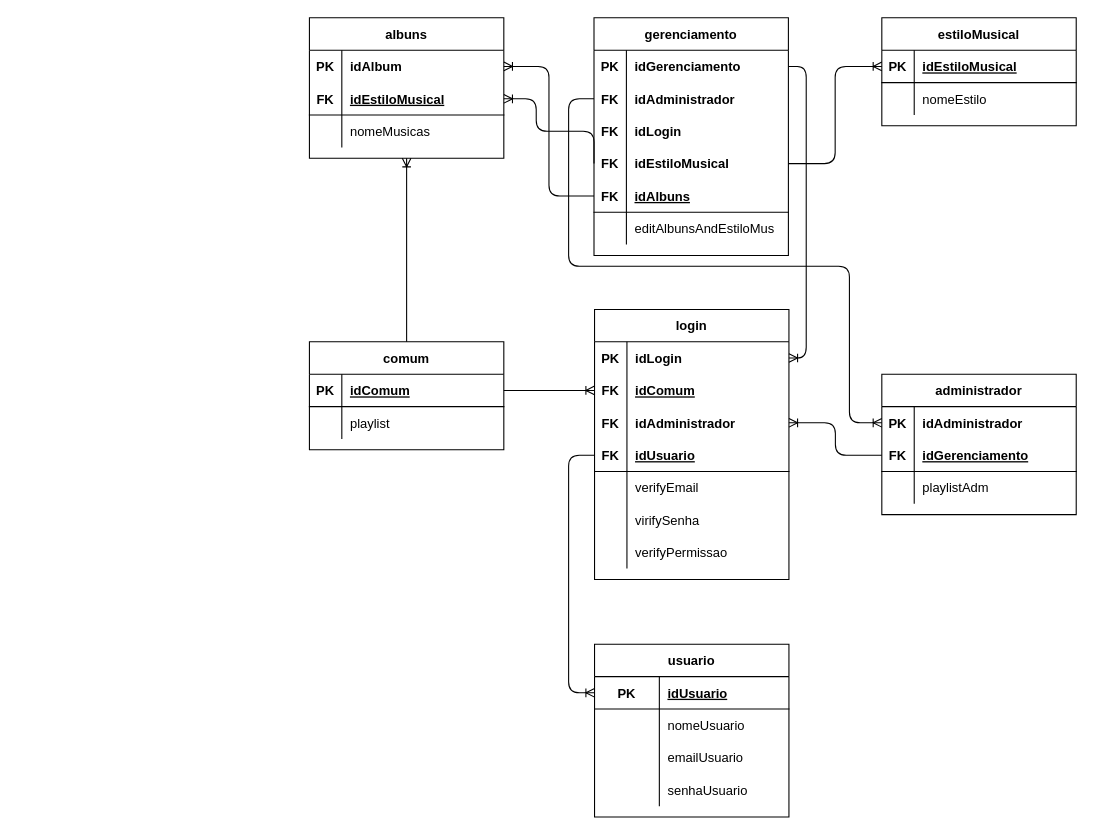
This is Exercícios-aula3/1.4-exercicio-optus/1.4-exercicio-optus-conceitual.drawio from Samel-OP/Senai_Sprint1_BD, a draw.io file, before an edit. Source tidied: cells renumbered, new cells numbered last; positions are measured from the earlier drawing's top-left corner, leaving out a move shared by most shapes. Both pictures are drawn from the tidied source at 108%, with x=0, y=0 at pixel (309, 17).
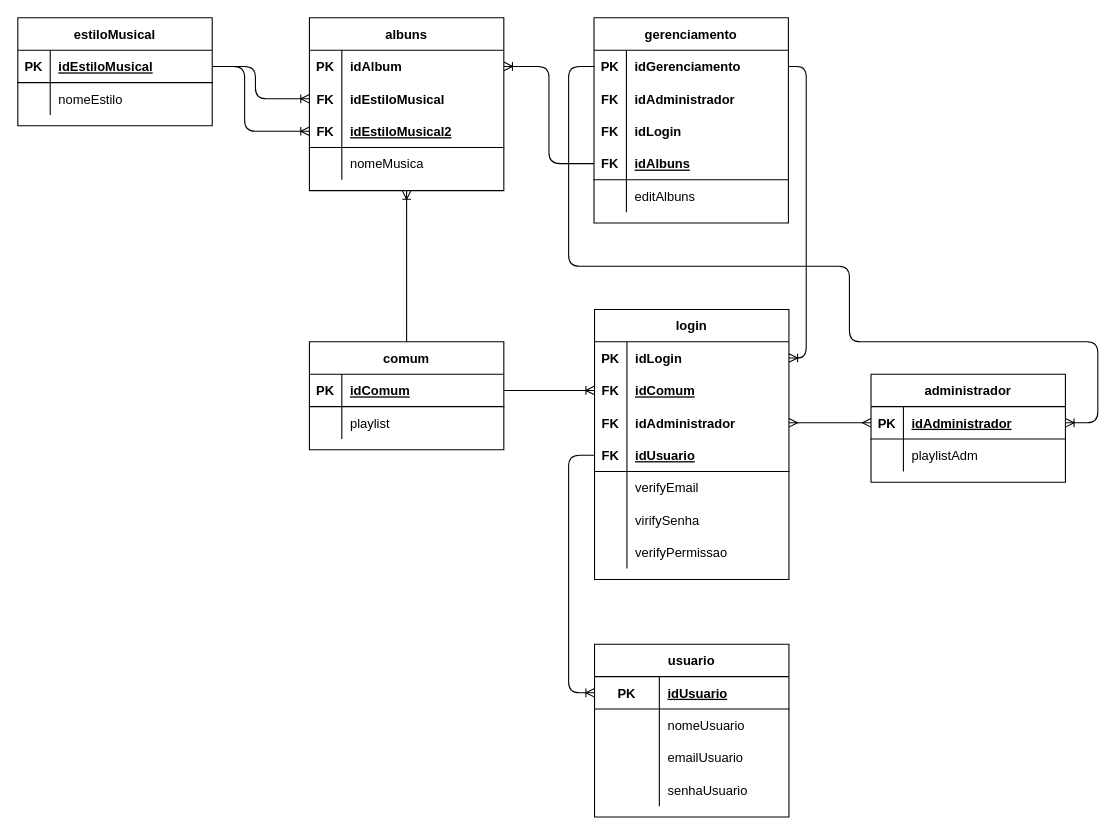
The same diagram, later.

Unchanged cells that the change refers to:
```xml
<mxCell id="13" style="shape=partialRectangle;fillColor=none;top=0;left=0;bottom=1;right=0;points=[[0,0.5],[1,0.5]];portConstraint=eastwest;" parent="12" vertex="1">
  <mxGeometry y="30" width="180" height="30" as="geometry" />
</mxCell>
<mxCell id="26" style="shape=partialRectangle;fillColor=none;top=0;left=0;bottom=0;right=0;points=[[0,0.5],[1,0.5]];portConstraint=eastwest;" parent="19" vertex="1">
  <mxGeometry y="90" width="180" height="30" as="geometry" />
</mxCell>
<mxCell id="75" style="shape=partialRectangle;fillColor=none;top=0;left=0;bottom=0;right=0;points=[[0,0.5],[1,0.5]];portConstraint=eastwest;" parent="71" vertex="1">
  <mxGeometry y="60" width="180" height="30" as="geometry" />
</mxCell>
```

Change to the diagram source:
```diff
@@
     <mxCell id="2" value="albuns" style="shape=table;startSize=30;childLayout=tableLayout;rowLines=0;fontStyle=1;align=center;" parent="1" vertex="1">
-      <mxGeometry width="180" height="130" as="geometry" />
+      <mxGeometry width="180" height="160" as="geometry" />
     </mxCell>
@@
+    <mxCell id="99" style="shape=partialRectangle;fillColor=none;top=0;left=0;bottom=0;right=0;points=[[0,0.5],[1,0.5]];portConstraint=eastwest;" parent="2" vertex="1">
+      <mxGeometry y="60" width="180" height="30" as="geometry" />
+    </mxCell>
+    <mxCell id="82" value="FK" style="shape=partialRectangle;fillColor=none;top=0;left=0;bottom=0;right=0;fontStyle=1;overflow=hidden;" parent="99" vertex="1">
+      <mxGeometry width="30" height="30" as="geometry" />
+    </mxCell>
+    <mxCell id="83" value="idEstiloMusical" style="shape=partialRectangle;fillColor=none;top=0;left=0;bottom=0;right=0;align=left;spacingLeft=6;fontStyle=1;overflow=hidden;" parent="99" vertex="1">
+      <mxGeometry x="30" width="150" height="30" as="geometry" />
+    </mxCell>
     <mxCell id="6" style="shape=partialRectangle;fillColor=none;top=0;left=0;bottom=1;right=0;points=[[0,0.5],[1,0.5]];portConstraint=eastwest;" parent="2" vertex="1">
-      <mxGeometry y="60" width="180" height="30" as="geometry" />
+      <mxGeometry y="90" width="180" height="30" as="geometry" />
     </mxCell>
@@
-    <mxCell id="8" value="idEstiloMusical" style="shape=partialRectangle;fillColor=none;top=0;left=0;bottom=0;right=0;align=left;spacingLeft=6;fontStyle=5;overflow=hidden;" parent="6" vertex="1">
+    <mxCell id="8" value="idEstiloMusical2" style="shape=partialRectangle;fillColor=none;top=0;left=0;bottom=0;right=0;align=left;spacingLeft=6;fontStyle=5;overflow=hidden;" parent="6" vertex="1">
       <mxGeometry x="30" width="150" height="30" as="geometry" />
     </mxCell>
     <mxCell id="9" style="shape=partialRectangle;fillColor=none;top=0;left=0;bottom=0;right=0;" parent="2" vertex="1">
-      <mxGeometry y="90" width="180" height="30" as="geometry" />
+      <mxGeometry y="120" width="180" height="30" as="geometry" />
     </mxCell>
@@
-    <mxCell id="11" value="nomeMusicas" style="shape=partialRectangle;fillColor=none;top=0;left=0;bottom=0;right=0;align=left;spacingLeft=6;overflow=hidden;" parent="9" vertex="1">
+    <mxCell id="11" value="nomeMusica" style="shape=partialRectangle;fillColor=none;top=0;left=0;bottom=0;right=0;align=left;spacingLeft=6;overflow=hidden;" parent="9" vertex="1">
       <mxGeometry x="30" width="150" height="30" as="geometry" />
     </mxCell>
     <mxCell id="12" value="estiloMusical" style="shape=table;startSize=30;childLayout=tableLayout;rowLines=0;fontStyle=1;align=center;" parent="1" vertex="1">
-      <mxGeometry x="530" width="180" height="100" as="geometry" />
+      <mxGeometry x="-270" width="180" height="100" as="geometry" />
     </mxCell>
@@
     <mxCell id="54" value="administrador" style="shape=table;startSize=30;childLayout=tableLayout;rowLines=0;fontStyle=1;align=center;" parent="1" vertex="1">
-      <mxGeometry x="530" y="330" width="180" height="130" as="geometry" />
+      <mxGeometry x="520" y="330" width="180" height="100" as="geometry" />
     </mxCell>
-    <mxCell id="55" style="shape=partialRectangle;fillColor=none;top=0;left=0;bottom=0;right=0;points=[[0,0.5],[1,0.5]];portConstraint=eastwest;" parent="54" vertex="1">
-      <mxGeometry y="30" width="180" height="30" as="geometry" />
-    </mxCell>
-    <mxCell id="56" value="PK" style="shape=partialRectangle;fillColor=none;top=0;left=0;bottom=0;right=0;fontStyle=1;overflow=hidden;" parent="55" vertex="1">
-      <mxGeometry width="30" height="30" as="geometry" />
-    </mxCell>
-    <mxCell id="57" value="idAdministrador" style="shape=partialRectangle;fillColor=none;top=0;left=0;bottom=0;right=0;align=left;spacingLeft=6;fontStyle=1;overflow=hidden;" parent="55" vertex="1">
-      <mxGeometry x="30" width="150" height="30" as="geometry" />
-    </mxCell>
     <mxCell id="58" style="shape=partialRectangle;fillColor=none;top=0;left=0;bottom=1;right=0;points=[[0,0.5],[1,0.5]];portConstraint=eastwest;" parent="54" vertex="1">
-      <mxGeometry y="60" width="180" height="30" as="geometry" />
+      <mxGeometry y="30" width="180" height="30" as="geometry" />
     </mxCell>
-    <mxCell id="59" value="FK" style="shape=partialRectangle;fillColor=none;top=0;left=0;bottom=0;right=0;fontStyle=1;overflow=hidden;" parent="58" vertex="1">
+    <mxCell id="59" value="PK" style="shape=partialRectangle;fillColor=none;top=0;left=0;bottom=0;right=0;fontStyle=1;overflow=hidden;" parent="58" vertex="1">
       <mxGeometry width="30" height="30" as="geometry" />
     </mxCell>
-    <mxCell id="60" value="idGerenciamento" style="shape=partialRectangle;fillColor=none;top=0;left=0;bottom=0;right=0;align=left;spacingLeft=6;fontStyle=5;overflow=hidden;" parent="58" vertex="1">
+    <mxCell id="60" value="idAdministrador" style="shape=partialRectangle;fillColor=none;top=0;left=0;bottom=0;right=0;align=left;spacingLeft=6;fontStyle=5;overflow=hidden;" parent="58" vertex="1">
       <mxGeometry x="30" width="150" height="30" as="geometry" />
     </mxCell>
     <mxCell id="61" style="shape=partialRectangle;fillColor=none;top=0;left=0;bottom=0;right=0;" parent="54" vertex="1">
-      <mxGeometry y="90" width="180" height="30" as="geometry" />
+      <mxGeometry y="60" width="180" height="30" as="geometry" />
     </mxCell>
@@
     <mxCell id="71" value="gerenciamento" style="shape=table;startSize=30;childLayout=tableLayout;rowLines=0;fontStyle=1;align=center;" parent="1" vertex="1">
-      <mxGeometry x="263.5" width="180" height="220" as="geometry" />
+      <mxGeometry x="263.5" width="180" height="190" as="geometry" />
     </mxCell>
@@
-    <mxCell id="81" style="shape=partialRectangle;fillColor=none;top=0;left=0;bottom=0;right=0;points=[[0,0.5],[1,0.5]];portConstraint=eastwest;" parent="71" vertex="1">
-      <mxGeometry y="120" width="180" height="30" as="geometry" />
-    </mxCell>
-    <mxCell id="82" value="FK" style="shape=partialRectangle;fillColor=none;top=0;left=0;bottom=0;right=0;fontStyle=1;overflow=hidden;" parent="81" vertex="1">
-      <mxGeometry width="30" height="30" as="geometry" />
-    </mxCell>
-    <mxCell id="83" value="idEstiloMusical" style="shape=partialRectangle;fillColor=none;top=0;left=0;bottom=0;right=0;align=left;spacingLeft=6;fontStyle=1;overflow=hidden;" parent="81" vertex="1">
-      <mxGeometry x="30" width="150" height="30" as="geometry" />
-    </mxCell>
     <mxCell id="84" style="shape=partialRectangle;fillColor=none;top=0;left=0;bottom=1;right=0;points=[[0,0.5],[1,0.5]];portConstraint=eastwest;" parent="71" vertex="1">
-      <mxGeometry y="150" width="180" height="30" as="geometry" />
+      <mxGeometry y="120" width="180" height="30" as="geometry" />
     </mxCell>
@@
     <mxCell id="87" style="shape=partialRectangle;fillColor=none;top=0;left=0;bottom=0;right=0;" parent="71" vertex="1">
-      <mxGeometry y="180" width="180" height="30" as="geometry" />
+      <mxGeometry y="150" width="180" height="30" as="geometry" />
     </mxCell>
@@
-    <mxCell id="89" value="editAlbunsAndEstiloMus" style="shape=partialRectangle;fillColor=none;top=0;left=0;bottom=0;right=0;align=left;spacingLeft=6;overflow=hidden;" parent="87" vertex="1">
+    <mxCell id="89" value="editAlbuns" style="shape=partialRectangle;fillColor=none;top=0;left=0;bottom=0;right=0;align=left;spacingLeft=6;overflow=hidden;" parent="87" vertex="1">
       <mxGeometry x="30" width="150" height="30" as="geometry" />
     </mxCell>
@@
-    <mxCell id="91" style="edgeStyle=orthogonalEdgeStyle;fontSize=12;html=1;endArrow=ERoneToMany;entryX=1;entryY=0.5;entryDx=0;entryDy=0;exitX=0;exitY=0.5;exitDx=0;exitDy=0;" parent="1" edge="1" source="58" target="26">
-      <mxGeometry relative="1" as="geometry" />
-    </mxCell>
@@
-    <mxCell id="94" style="edgeStyle=orthogonalEdgeStyle;fontSize=12;html=1;endArrow=ERoneToMany;entryX=0;entryY=0.5;entryDx=0;entryDy=0;exitX=1;exitY=0.5;exitDx=0;exitDy=0;" parent="1" edge="1" source="81" target="13">
-      <mxGeometry relative="1" as="geometry" />
-    </mxCell>
@@
-    <mxCell id="97" style="edgeStyle=orthogonalEdgeStyle;fontSize=12;html=1;endArrow=ERoneToMany;entryX=1;entryY=0.5;entryDx=0;entryDy=0;exitX=0;exitY=0.5;exitDx=0;exitDy=0;" parent="1" edge="1" source="81" target="6">
+    <mxCell id="97" style="edgeStyle=orthogonalEdgeStyle;fontSize=12;html=1;endArrow=ERoneToMany;entryX=0;entryY=0.5;entryDx=0;entryDy=0;exitX=1;exitY=0.5;exitDx=0;exitDy=0;" parent="1" edge="1" source="13" target="6">
       <mxGeometry relative="1" as="geometry">
         <Array as="points">
-          <mxPoint x="210" y="105" />
-          <mxPoint x="210" y="75" />
+          <mxPoint x="-60" y="45" />
+          <mxPoint x="-60" y="105" />
         </Array>
       </mxGeometry>
     </mxCell>
-    <mxCell id="98" style="edgeStyle=orthogonalEdgeStyle;fontSize=12;html=1;endArrow=ERoneToMany;exitX=0;exitY=0.5;exitDx=0;exitDy=0;entryX=0;entryY=0.5;entryDx=0;entryDy=0;" parent="1" edge="1" source="75" target="55">
+    <mxCell id="98" style="edgeStyle=orthogonalEdgeStyle;fontSize=12;html=1;endArrow=ERoneToMany;entryX=1;entryY=0.5;entryDx=0;entryDy=0;" parent="1" edge="1">
       <mxGeometry relative="1" as="geometry">
+        <mxPoint x="264" y="45" as="sourcePoint" />
+        <mxPoint x="700" y="375" as="targetPoint" />
         <Array as="points">
-          <mxPoint x="240" y="75" />
+          <mxPoint x="240" y="45" />
           <mxPoint x="240" y="230" />
           <mxPoint x="500" y="230" />
-          <mxPoint x="500" y="375" />
+          <mxPoint x="500" y="300" />
+          <mxPoint x="730" y="300" />
+          <mxPoint x="730" y="375" />
         </Array>
       </mxGeometry>
     </mxCell>
+    <mxCell id="100" style="edgeStyle=entityRelationEdgeStyle;fontSize=12;html=1;endArrow=ERmany;startArrow=ERmany;entryX=0;entryY=0.5;entryDx=0;entryDy=0;exitX=1;exitY=0.5;exitDx=0;exitDy=0;" parent="1" edge="1" source="26" target="58">
+      <mxGeometry relative="1" as="geometry" />
+    </mxCell>
+    <mxCell id="101" style="edgeStyle=orthogonalEdgeStyle;fontSize=12;html=1;endArrow=ERoneToMany;entryX=0;entryY=0.5;entryDx=0;entryDy=0;exitX=1;exitY=0.5;exitDx=0;exitDy=0;" parent="1" edge="1" target="99">
+      <mxGeometry relative="1" as="geometry">
+        <mxPoint x="-90" y="45" as="sourcePoint" />
+        <Array as="points">
+          <mxPoint x="-50" y="45" />
+          <mxPoint x="-50" y="75" />
+        </Array>
+      </mxGeometry>
+    </mxCell>
```
